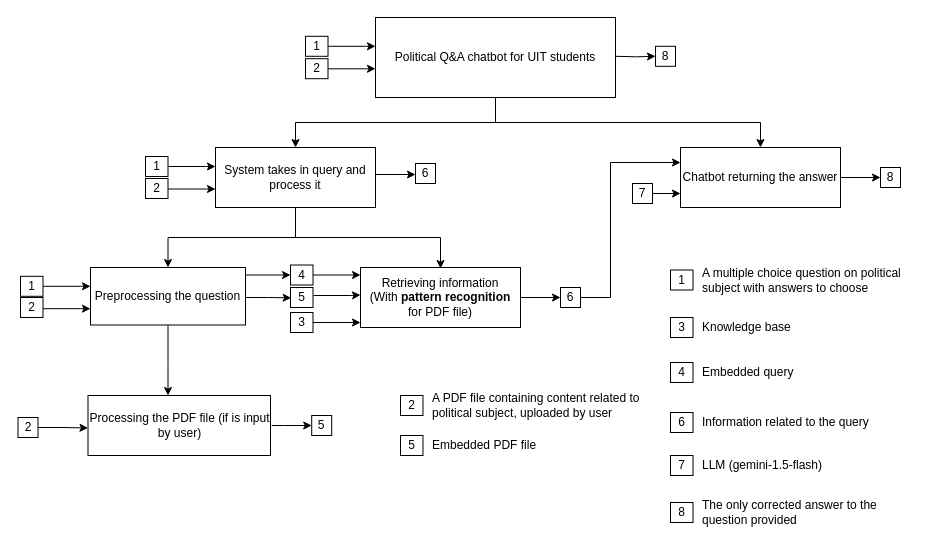
The draw.io diagram AIThinking.drawio in ht-N/AIThinking, before the edit. Source tidied: cells renumbered, new cells numbered last; positions are measured from the earlier drawing's top-left corner, leaving out a move shared by most shapes. Both pictures are drawn from the tidied source at 100%, with x=0, y=0 at pixel (18, 17).
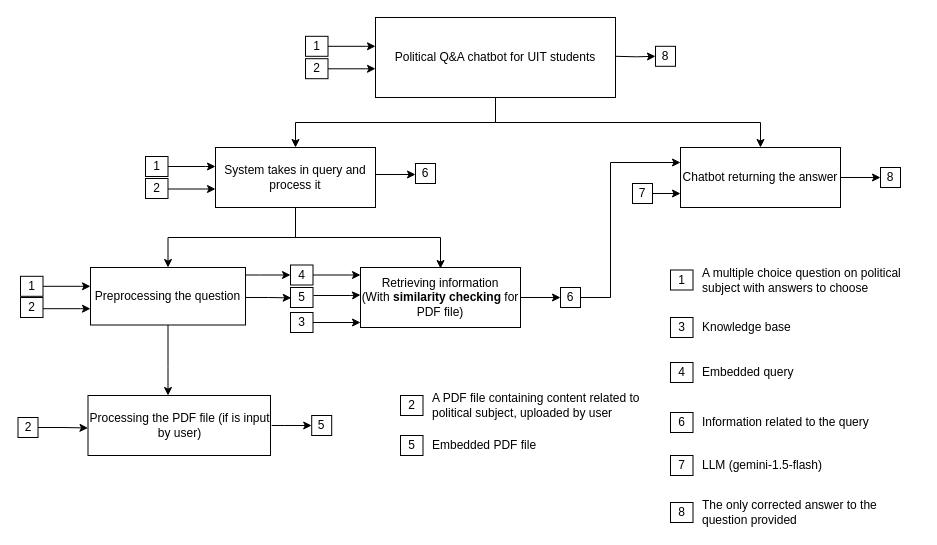
The same diagram, later.

The edit, as a diff of the source:
```diff
@@
-    <mxCell id="14" value="Retrieving information&lt;div&gt;(With &lt;b&gt;pattern recognition&lt;/b&gt; for PDF file)&lt;/div&gt;" style="rounded=0;whiteSpace=wrap;html=1;" parent="1" vertex="1">
+    <mxCell id="14" value="Retrieving information&lt;div&gt;(With &lt;b&gt;similarity checking&lt;/b&gt;&amp;nbsp;for PDF file)&lt;/div&gt;" style="rounded=0;whiteSpace=wrap;html=1;" parent="1" vertex="1">
       <mxGeometry x="342" y="250" width="160" height="60" as="geometry" />
     </mxCell>
```
